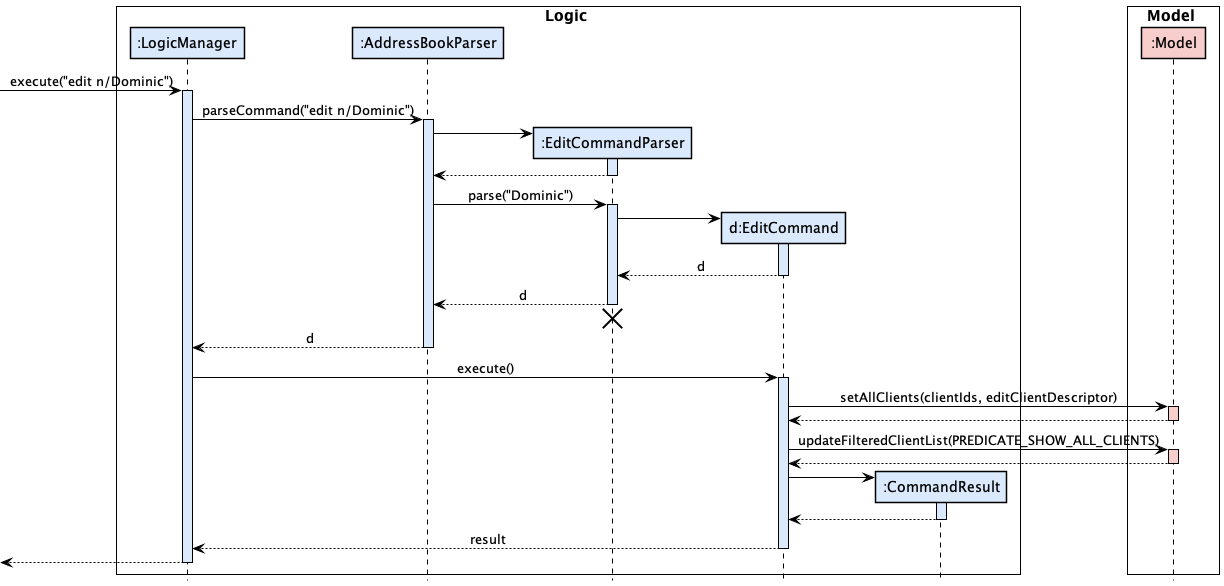
nus-cs2103-AY2122S1/tp keeps this PlantUML diagram as docs/images/tracing/EditSequenceDiagram.png. Above is the earlier version.
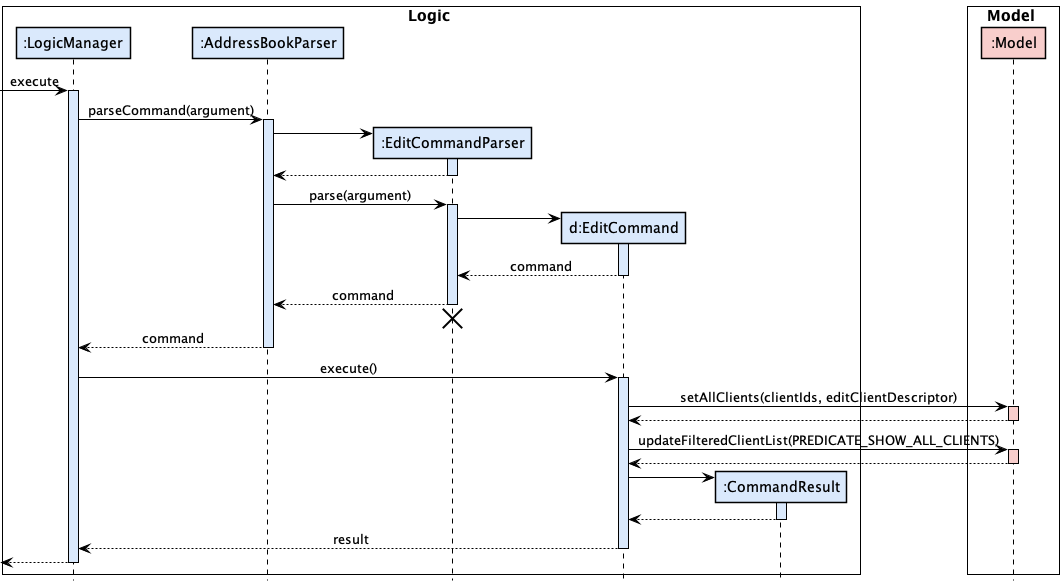
The same diagram one commit later.

What changed in the source:
```diff
@@ -14,10 +14,10 @@
 participant ":Model" as Model MODEL_COLOR
 end box
 
-[-> LogicManager : execute("edit n/Dominic")
+[-> LogicManager : execute
 activate LogicManager LOGIC_COLOR
 
-LogicManager -> AddressBookParser : parseCommand("edit n/Dominic")
+LogicManager -> AddressBookParser : parseCommand(argument)
 activate AddressBookParser LOGIC_COLOR
 
 create EditCommandParser LOGIC_COLOR
@@ -27,22 +27,22 @@
 EditCommandParser --> AddressBookParser
 deactivate EditCommandParser LOGIC_COLOR
 
-AddressBookParser -> EditCommandParser : parse("Dominic")
+AddressBookParser -> EditCommandParser : parse(argument)
 activate EditCommandParser LOGIC_COLOR
 
 create EditCommand LOGIC_COLOR
 EditCommandParser -> EditCommand
 activate EditCommand LOGIC_COLOR
 
-EditCommand --> EditCommandParser : d
+EditCommand --> EditCommandParser : command
 deactivate EditCommand LOGIC_COLOR
 
-EditCommandParser --> AddressBookParser : d
+EditCommandParser --> AddressBookParser : command
 deactivate EditCommandParser LOGIC_COLOR
 EditCommandParser -[hidden]-> AddressBookParser
 destroy EditCommandParser LOGIC_COLOR
 
-AddressBookParser --> LogicManager : d
+AddressBookParser --> LogicManager : command
 deactivate AddressBookParser LOGIC_COLOR
 
 LogicManager -> EditCommand : execute()
```
